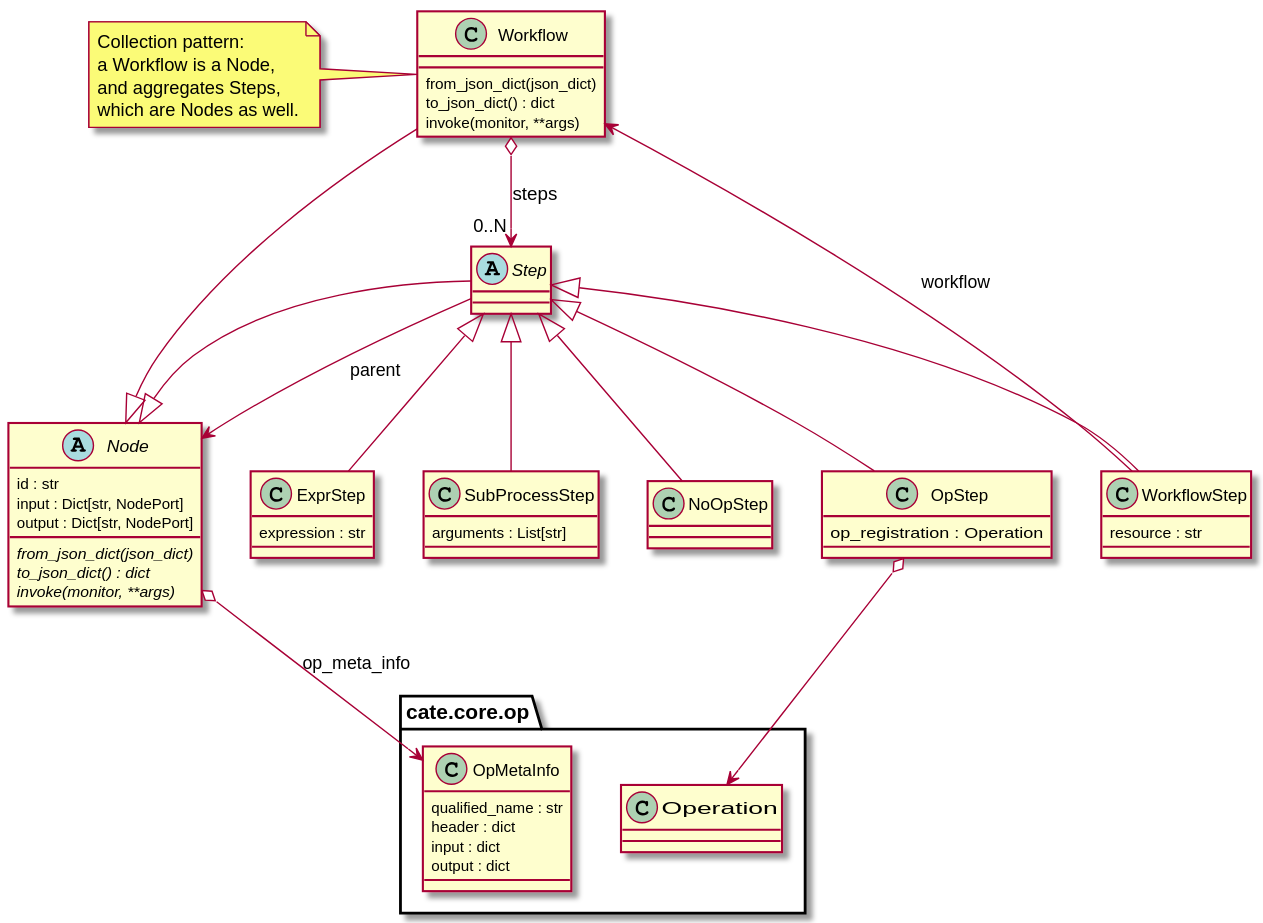
Above: doc/source/_static/uml/workflow.svg in CCI-Tools/cate (PlantUML), before the change. Its source is kept beside it as doc/source/uml/workflow.puml.
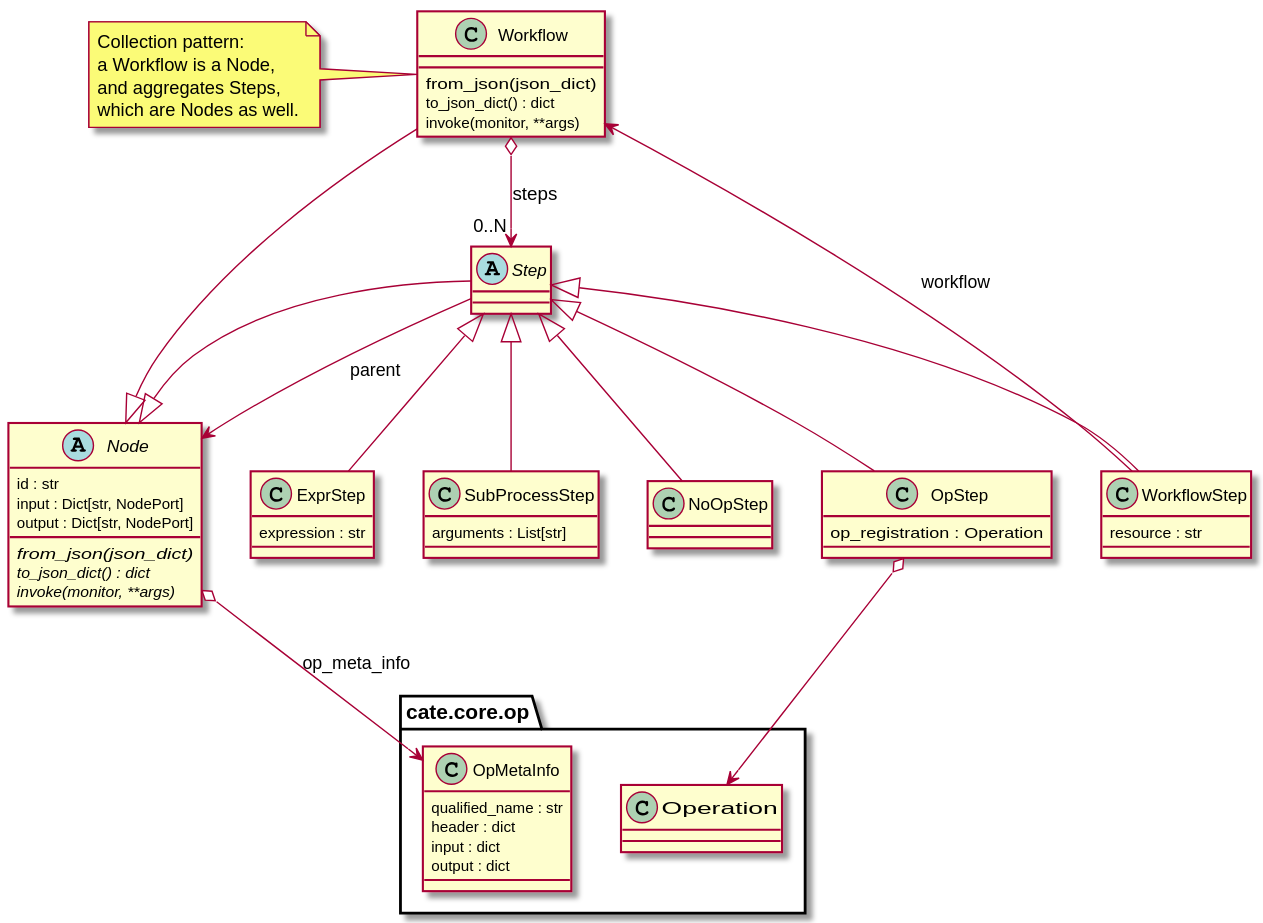
The same diagram one commit later.

Commit message:
renamed NodePort.to/from_json_dict --> to/from_json, simplified impl.

Diff of the diagram source:
```diff
@@ -4,13 +4,13 @@
     id : str
     inputs : Dict[str, NodePort]
     outputs : Dict[str, NodePort]
-    {abstract} from_json_dict(json_dict)
+    {abstract} from_json(json_dict)
     {abstract} to_json_dict() : dict
     {abstract} invoke(monitor, **args)
 }
 
 class Workflow extends Node {
-    from_json_dict(json_dict)
+    from_json(json_dict)
     to_json_dict() : dict
     invoke(monitor, **args)
 }
```
